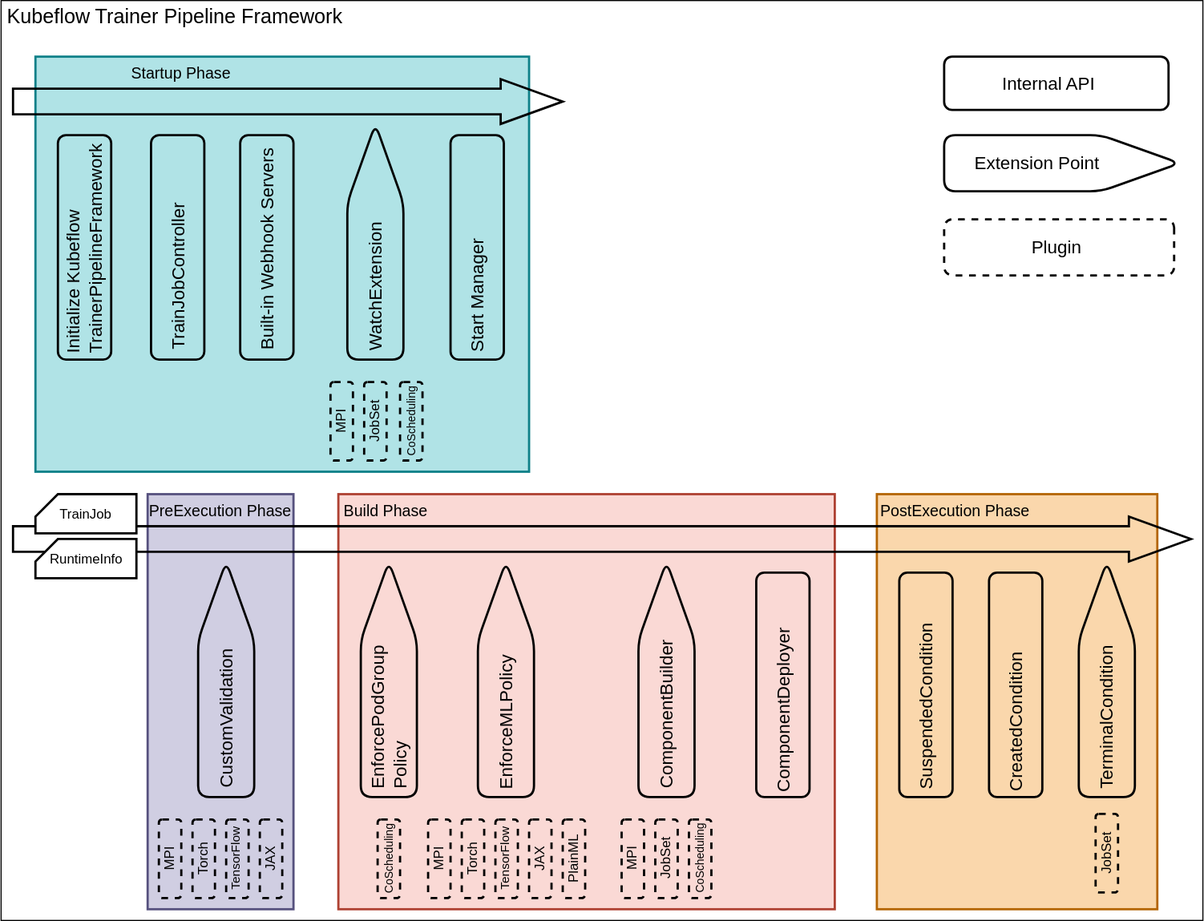
Earlier version of the draw.io export docs/proposals/2170-kubeflow-trainer-v2/TrainerPipelineFramework.drawio.svg (toVersus/trainer). Source tidied: cells renumbered, new cells last; positions are measured from the earlier drawing's top-left corner, leaving out a move shared by most shapes.
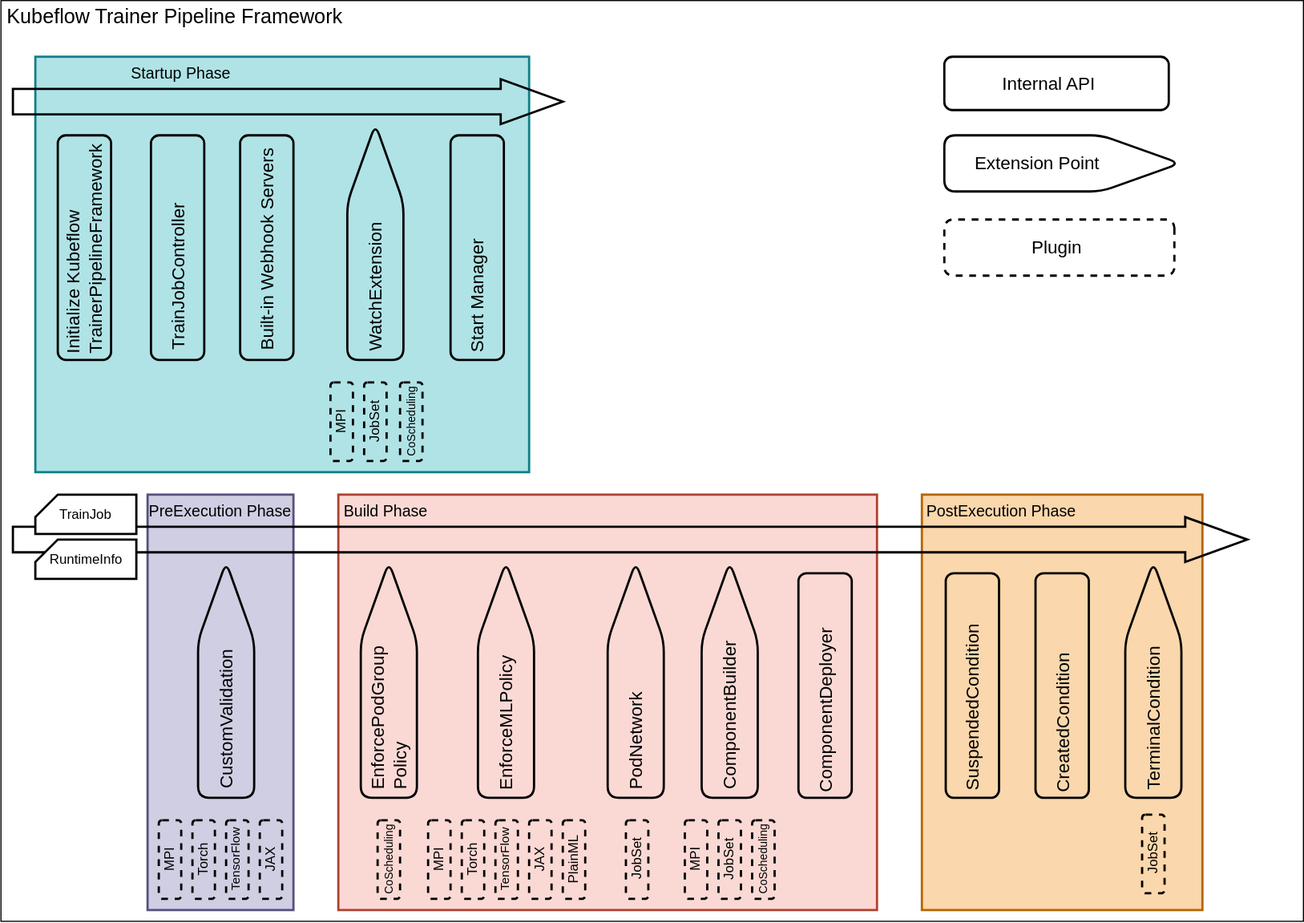
Later version of the same file.

Commit message:
Add PodNetwork plugin to KEP-2170 Job Pipeline Framework description (#2578)

The edit, as a diff of the source:
```diff
@@ -3,13 +3,13 @@
     <mxCell id="0" />
     <mxCell id="1" parent="0" />
     <mxCell id="2" style="rounded=0;whiteSpace=wrap;html=1;" parent="1" vertex="1">
-      <mxGeometry x="25.4" width="1071.2" height="820" as="geometry" />
+      <mxGeometry x="25.4" width="1160.6" height="820" as="geometry" />
     </mxCell>
     <mxCell id="3" style="rounded=0;whiteSpace=wrap;html=1;fillColor=#fad7ac;strokeColor=#b46504;strokeWidth=2;" parent="1" vertex="1">
-      <mxGeometry x="806" y="440" width="250" height="370" as="geometry" />
+      <mxGeometry x="846" y="440" width="250" height="370" as="geometry" />
     </mxCell>
     <mxCell id="4" style="rounded=0;whiteSpace=wrap;html=1;fillColor=#fad9d5;strokeColor=#ae4132;strokeWidth=2;" parent="1" vertex="1">
-      <mxGeometry x="326" y="440" width="442.5" height="370" as="geometry" />
+      <mxGeometry x="326" y="440" width="480" height="370" as="geometry" />
     </mxCell>
     <mxCell id="5" style="rounded=0;whiteSpace=wrap;html=1;fillColor=#d0cee2;strokeColor=#56517e;strokeWidth=2;" parent="1" vertex="1">
       <mxGeometry x="156" y="440" width="130" height="370" as="geometry" />
@@ -33,7 +33,7 @@
       <mxGeometry x="-40" y="130" width="130" height="20" as="geometry" />
     </mxCell>
     <mxCell id="12" style="group;" parent="1" vertex="1">
-      <mxGeometry x="593.5" y="500" width="50" height="210" as="geometry" />
+      <mxGeometry x="649.8" y="500" width="50" height="210" as="geometry" />
     </mxCell>
     <mxCell id="13" style="verticalLabelPosition=bottom;verticalAlign=top;html=1;shape=offPageConnector;rounded=1;size=0.3333333333333333;rotation=-180;strokeWidth=2;shadow=0;fillColor=none;" parent="12" vertex="1">
       <mxGeometry width="50" height="210" as="geometry" />
@@ -42,7 +42,7 @@
       <mxGeometry x="-43" y="127" width="136" height="20" as="geometry" />
     </mxCell>
     <mxCell id="15" style="group;" parent="1" vertex="1">
-      <mxGeometry x="986" y="500" width="50" height="210" as="geometry" />
+      <mxGeometry x="1027.2" y="500" width="50" height="210" as="geometry" />
     </mxCell>
     <mxCell id="16" style="verticalLabelPosition=bottom;verticalAlign=top;html=1;shape=offPageConnector;rounded=1;size=0.3333333333333333;rotation=-180;strokeWidth=2;shadow=0;fillColor=none;" parent="15" vertex="1">
       <mxGeometry width="50" height="210" as="geometry" />
@@ -51,7 +51,7 @@
       <mxGeometry x="-43" y="127" width="136" height="20" as="geometry" />
     </mxCell>
     <mxCell id="18" style="group;" parent="1" vertex="1">
-      <mxGeometry x="906" y="510" width="47.5" height="200" as="geometry" />
+      <mxGeometry x="947.2" y="510" width="47.5" height="200" as="geometry" />
     </mxCell>
     <mxCell id="19" style="rounded=1;whiteSpace=wrap;html=1;strokeWidth=2;rotation=-90;fillColor=none;" parent="18" vertex="1">
       <mxGeometry x="-76.2" y="76.2" width="200" height="47.5" as="geometry" />
@@ -60,7 +60,7 @@
       <mxGeometry x="-41.2" y="122.5" width="130" height="20" as="geometry" />
     </mxCell>
     <mxCell id="21" style="group;" parent="1" vertex="1">
-      <mxGeometry x="826" y="510" width="47.5" height="200" as="geometry" />
+      <mxGeometry x="867.2" y="510" width="47.5" height="200" as="geometry" />
     </mxCell>
     <mxCell id="22" style="rounded=1;whiteSpace=wrap;html=1;strokeWidth=2;rotation=-90;fillColor=none;" parent="21" vertex="1">
       <mxGeometry x="-76.2" y="76.2" width="200" height="47.5" as="geometry" />
@@ -173,17 +173,8 @@
     <mxCell id="58" value="&lt;font style=&quot;font-size: 11px;&quot;&gt;TensorFlow&lt;/font&gt;" style="text;html=1;align=center;verticalAlign=middle;whiteSpace=wrap;rounded=0;rotation=-90;strokeWidth=2;" parent="56" vertex="1">
       <mxGeometry x="-20" y="25" width="60" height="20" as="geometry" />
     </mxCell>
-    <mxCell id="59" style="group;strokeWidth=2;" parent="1" vertex="1">
-      <mxGeometry x="578.5" y="740" width="20" height="60" as="geometry" />
-    </mxCell>
-    <mxCell id="60" style="rounded=1;whiteSpace=wrap;html=1;fillColor=none;dashed=1;strokeWidth=2;" parent="59" vertex="1">
-      <mxGeometry y="-10" width="20" height="70" as="geometry" />
-    </mxCell>
-    <mxCell id="61" value="MPI" style="text;html=1;align=center;verticalAlign=middle;whiteSpace=wrap;rounded=0;rotation=-90;strokeWidth=2;" parent="59" vertex="1">
-      <mxGeometry x="-8.8" y="17.5" width="37.5" height="15" as="geometry" />
-    </mxCell>
     <mxCell id="62" style="group;" parent="1" vertex="1">
-      <mxGeometry x="638.5" y="730" width="20" height="70" as="geometry" />
+      <mxGeometry x="694.8" y="730" width="20" height="70" as="geometry" />
     </mxCell>
     <mxCell id="63" style="rounded=1;whiteSpace=wrap;html=1;fillColor=none;dashed=1;strokeWidth=2;" parent="62" vertex="1">
       <mxGeometry width="20" height="70" as="geometry" />
@@ -192,7 +183,7 @@
       <mxGeometry x="-25" y="27.4" width="70" height="15.2" as="geometry" />
     </mxCell>
     <mxCell id="65" style="group;" parent="1" vertex="1">
-      <mxGeometry x="698.5" y="510" width="47.5" height="200" as="geometry" />
+      <mxGeometry x="736" y="510" width="47.5" height="200" as="geometry" />
     </mxCell>
     <mxCell id="66" style="rounded=1;whiteSpace=wrap;html=1;strokeWidth=2;rotation=-90;fillColor=none;" parent="65" vertex="1">
       <mxGeometry x="-76.2" y="76.2" width="200" height="47.5" as="geometry" />
@@ -201,19 +192,10 @@
       <mxGeometry x="-44.4" y="118.9" width="136.2" height="21.2" as="geometry" />
     </mxCell>
     <mxCell id="68" value="&lt;font style=&quot;font-size: 14px;&quot;&gt;PostExecution Phase&lt;/font&gt;" style="text;html=1;align=center;verticalAlign=middle;whiteSpace=wrap;rounded=0;" parent="1" vertex="1">
-      <mxGeometry x="806" y="440" width="140" height="30" as="geometry" />
+      <mxGeometry x="847.2" y="440" width="140" height="30" as="geometry" />
     </mxCell>
-    <mxCell id="69" style="group;strokeWidth=2;" parent="1" vertex="1">
-      <mxGeometry x="1001" y="735" width="20" height="60" as="geometry" />
-    </mxCell>
-    <mxCell id="70" style="rounded=1;whiteSpace=wrap;html=1;fillColor=none;dashed=1;strokeWidth=2;" parent="69" vertex="1">
-      <mxGeometry y="-10" width="20" height="70" as="geometry" />
-    </mxCell>
-    <mxCell id="71" value="JobSet" style="text;html=1;align=center;verticalAlign=middle;whiteSpace=wrap;rounded=0;rotation=-90;strokeWidth=2;" parent="69" vertex="1">
-      <mxGeometry x="-8.8" y="17.5" width="37.5" height="15" as="geometry" />
-    </mxCell>
     <mxCell id="72" style="group;strokeWidth=2;" parent="1" vertex="1">
-      <mxGeometry x="608.5" y="740" width="20" height="60" as="geometry" />
+      <mxGeometry x="664.8" y="740" width="20" height="60" as="geometry" />
     </mxCell>
     <mxCell id="73" style="rounded=1;whiteSpace=wrap;html=1;fillColor=none;dashed=1;strokeWidth=2;" parent="72" vertex="1">
       <mxGeometry y="-10" width="20" height="70" as="geometry" />
@@ -294,7 +276,7 @@
       <mxGeometry x="-8.8" y="17.5" width="37.5" height="15" as="geometry" />
     </mxCell>
     <mxCell id="99" style="html=1;shadow=0;dashed=0;align=center;verticalAlign=middle;shape=mxgraph.arrows2.arrow;dy=0.43;dx=55.33;notch=0;fillColor=none;strokeWidth=2;" parent="1" vertex="1">
-      <mxGeometry x="36" y="460" width="1050" height="40" as="geometry" />
+      <mxGeometry x="36" y="460" width="1100" height="40" as="geometry" />
     </mxCell>
     <mxCell id="100" style="group;" parent="1" vertex="1">
       <mxGeometry x="56" y="440" width="90" height="35" as="geometry" />
@@ -350,5 +332,32 @@
     <mxCell id="117" value="&lt;font style=&quot;font-size: 16px;&quot;&gt;Initialize &lt;font style=&quot;&quot;&gt;Kubeflow TrainerPipelineFramework&lt;/font&gt;&lt;/font&gt;" style="text;html=1;align=left;verticalAlign=middle;whiteSpace=wrap;rounded=0;rotation=-90;" parent="115" vertex="1">
       <mxGeometry x="-75.8" y="78.1" width="199" height="38.9" as="geometry" />
     </mxCell>
+    <mxCell id="70" style="rounded=1;whiteSpace=wrap;html=1;fillColor=none;dashed=1;strokeWidth=2;" parent="1" vertex="1">
+      <mxGeometry x="1042.2" y="725" width="20" height="70" as="geometry" />
+    </mxCell>
+    <mxCell id="118" style="group;" parent="1" vertex="1">
+      <mxGeometry x="566" y="500" width="50" height="210" as="geometry" />
+    </mxCell>
+    <mxCell id="119" style="verticalLabelPosition=bottom;verticalAlign=top;html=1;shape=offPageConnector;rounded=1;size=0.3333333333333333;rotation=-180;strokeWidth=2;shadow=0;fillColor=none;" parent="118" vertex="1">
+      <mxGeometry width="50" height="210" as="geometry" />
+    </mxCell>
+    <mxCell id="120" value="&lt;span style=&quot;font-size: 16px;&quot;&gt;PodNetwork&lt;/span&gt;" style="text;html=1;align=left;verticalAlign=middle;whiteSpace=wrap;rounded=0;rotation=-90;" parent="118" vertex="1">
+      <mxGeometry x="-43" y="127" width="136" height="20" as="geometry" />
+    </mxCell>
+    <mxCell id="60" style="rounded=1;whiteSpace=wrap;html=1;fillColor=none;dashed=1;strokeWidth=2;" parent="1" vertex="1">
+      <mxGeometry x="634.8" y="730" width="20" height="70" as="geometry" />
+    </mxCell>
+    <mxCell id="61" value="MPI" style="text;html=1;align=center;verticalAlign=middle;whiteSpace=wrap;rounded=0;rotation=-90;strokeWidth=2;" parent="1" vertex="1">
+      <mxGeometry x="626" y="757.5" width="37.5" height="15" as="geometry" />
+    </mxCell>
+    <mxCell id="121" style="rounded=1;whiteSpace=wrap;html=1;fillColor=none;dashed=1;strokeWidth=2;" parent="1" vertex="1">
+      <mxGeometry x="582.2" y="730" width="20" height="70" as="geometry" />
+    </mxCell>
+    <mxCell id="122" value="JobSet" style="text;html=1;align=center;verticalAlign=middle;whiteSpace=wrap;rounded=0;rotation=-90;strokeWidth=2;" parent="1" vertex="1">
+      <mxGeometry x="573.5" y="757.5" width="37.5" height="15" as="geometry" />
+    </mxCell>
+    <mxCell id="71" value="JobSet" style="text;html=1;align=center;verticalAlign=middle;whiteSpace=wrap;rounded=0;rotation=-90;strokeWidth=2;" parent="1" vertex="1">
+      <mxGeometry x="1033.5" y="752.5" width="37.5" height="15" as="geometry" />
+    </mxCell>
   </root>
 </mxGraphModel>
```
